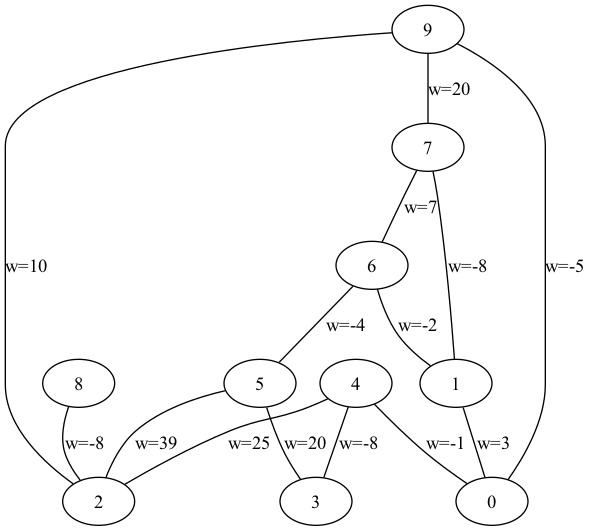
The Graphviz diagram graph.png in Crightub/private-below-threshold-triangle-counting, before a commit. Its source is kept beside it as graph.dot.
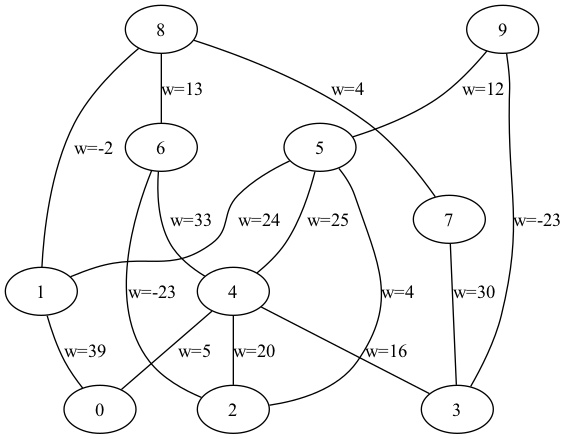
Later version of the same file.

Diff of the diagram source:
```diff
@@ -9,18 +9,19 @@
 7;
 8;
 9;
-1--0 [label="w=3"];
-4--0 [label="w=-1"];
-4--2 [label="w=25"];
-4--3 [label="w=-8"];
-5--2 [label="w=39"];
-5--3 [label="w=20"];
-6--1 [label="w=-2"];
-6--5 [label="w=-4"];
-7--1 [label="w=-8"];
-7--6 [label="w=7"];
-8--2 [label="w=-8"];
-9--0 [label="w=-5"];
-9--2 [label="w=10"];
-9--7 [label="w=20"];
+1--0 [label="w=39"];
+4--0 [label="w=5"];
+4--2 [label="w=20"];
+4--3 [label="w=16"];
+5--1 [label="w=24"];
+5--2 [label="w=4"];
+5--4 [label="w=25"];
+6--2 [label="w=-23"];
+6--4 [label="w=33"];
+7--3 [label="w=30"];
+8--1 [label="w=-2"];
+8--6 [label="w=13"];
+8--7 [label="w=4"];
+9--3 [label="w=-23"];
+9--5 [label="w=12"];
 }
```
